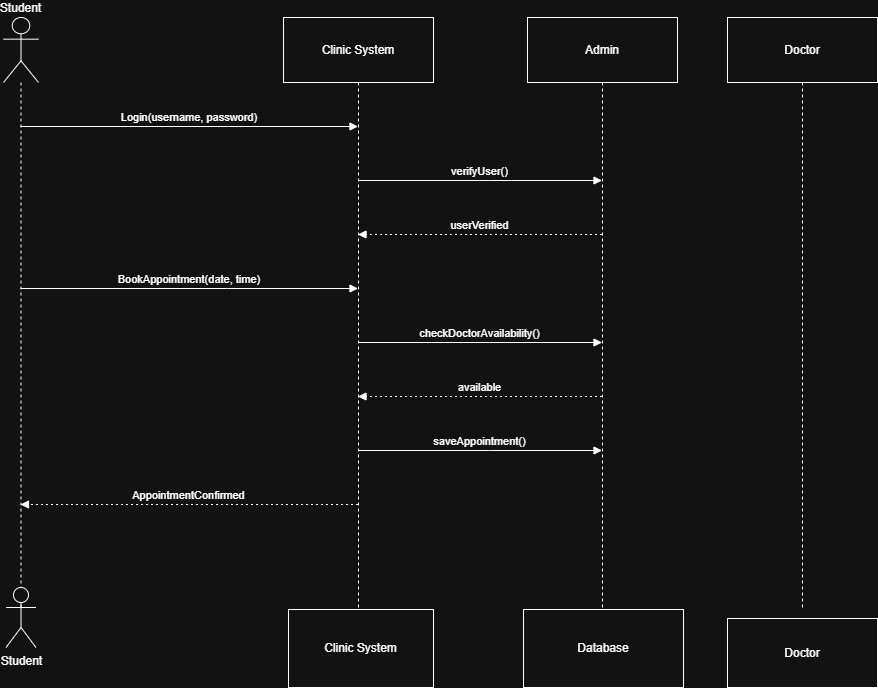
The draw.io diagram design/Sequence Diagram.drawio.png in jiveshs21-cmd/University-Clinic-System-, before a commit. Source tidied: cells renumbered, new cells last; positions are measured from the earlier drawing's top-left corner, leaving out a move shared by most shapes.
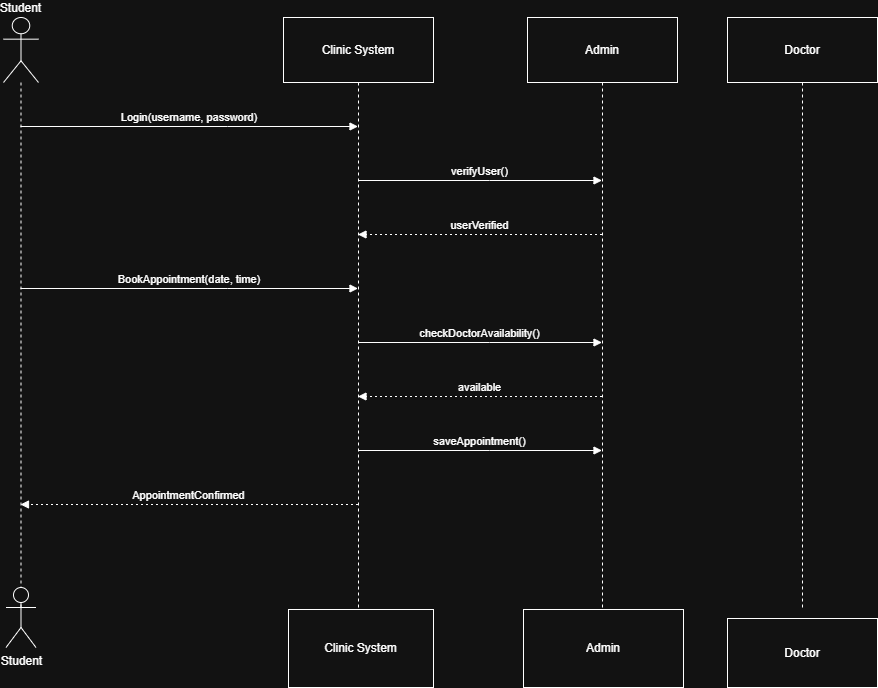
After the commit.

The edit, as a diff of the source:
```diff
@@ -76,7 +76,7 @@
     <mxCell id="15" value="Clinic System" style="rounded=0;whiteSpace=wrap;html=1;" parent="1" vertex="1">
       <mxGeometry x="285" y="592" width="145" height="78" as="geometry" />
     </mxCell>
-    <mxCell id="16" value="Database" style="rounded=0;whiteSpace=wrap;html=1;" parent="1" vertex="1">
+    <mxCell id="16" value="Admin" style="rounded=0;whiteSpace=wrap;html=1;" parent="1" vertex="1">
       <mxGeometry x="520" y="592" width="160" height="78" as="geometry" />
     </mxCell>
     <mxCell id="17" value="Doctor" style="rounded=0;whiteSpace=wrap;html=1;" parent="1" vertex="1">
```
